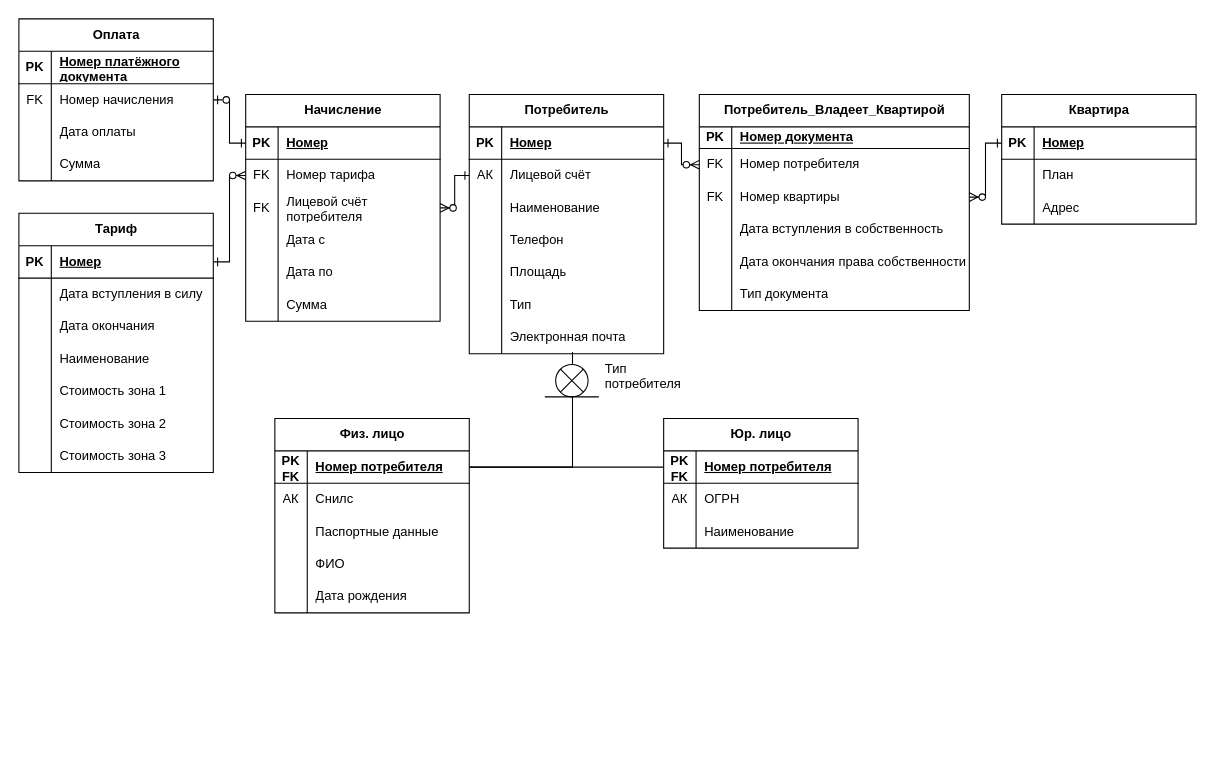
Earlier version of the draw.io diagram PBD/Z4/Diagrams/Логическая модель базы данных.drawio (Mutabona/4Semestr). Source tidied: cells renumbered, new cells numbered last; positions are measured from the earlier drawing's top-left corner, leaving out a move shared by most shapes. Both pictures are drawn from the tidied source at 108%, with x=0, y=0 at pixel (18, 18).
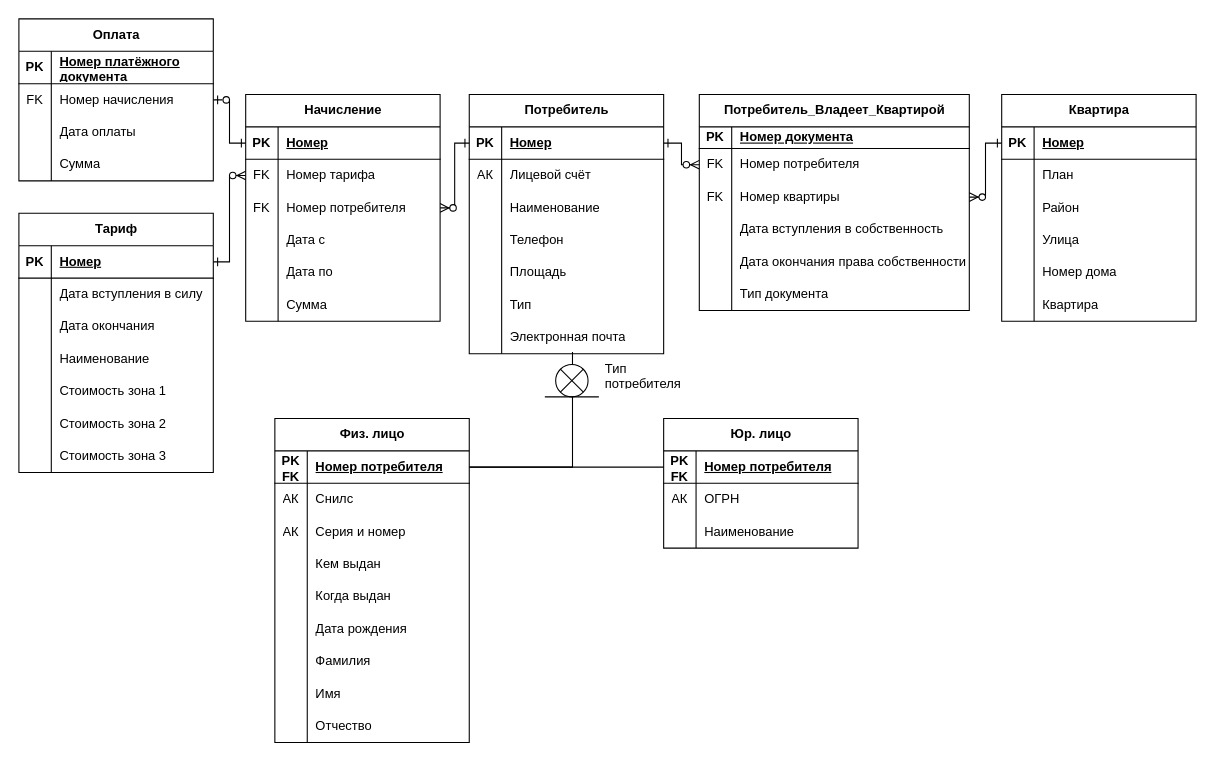
After the change.

The change refers to these unchanged cells:
```xml
<mxCell id="42" style="shape=tableRow;horizontal=0;startSize=0;swimlaneHead=0;swimlaneBody=0;fillColor=none;top=0;left=0;right=0;bottom=0;" parent="35" vertex="1">
  <mxGeometry y="90" width="180" height="30" as="geometry" />
</mxCell>
<mxCell id="54" style="shape=tableRow;horizontal=0;startSize=0;swimlaneHead=0;swimlaneBody=0;fillColor=none;points=[[0,0.5],[1,0.5]];portConstraint=eastwest;top=0;left=0;right=0;bottom=0;" parent="47" vertex="1">
  <mxGeometry y="90" width="180" height="30" as="geometry" />
</mxCell>
<mxCell id="68" style="shape=tableRow;horizontal=0;startSize=0;swimlaneHead=0;swimlaneBody=0;fillColor=none;points=[[0,0.5],[1,0.5]];portConstraint=eastwest;top=0;left=0;right=0;bottom=1;" parent="67" vertex="1">
  <mxGeometry y="30" width="180" height="30" as="geometry" />
</mxCell>
<mxCell id="71" style="shape=tableRow;horizontal=0;startSize=0;swimlaneHead=0;swimlaneBody=0;fillColor=none;points=[[0,0.5],[1,0.5]];portConstraint=eastwest;top=0;left=0;right=0;bottom=0;" parent="67" vertex="1">
  <mxGeometry y="60" width="180" height="30" as="geometry" />
</mxCell>
<mxCell id="96" style="shape=tableRow;horizontal=0;startSize=0;swimlaneHead=0;swimlaneBody=0;fillColor=none;top=0;left=0;right=0;bottom=0;" parent="89" vertex="1">
  <mxGeometry y="90" width="180" height="30" as="geometry" />
</mxCell>
```

The edit, as a diff of the source:
```diff
@@
     <mxCell id="35" value="Квартира" style="shape=table;startSize=30;childLayout=tableLayout;rowLines=0;fontStyle=1;align=center;html=1;" parent="1" vertex="1">
-      <mxGeometry x="910" y="70" width="180" height="120" as="geometry" />
+      <mxGeometry x="910" y="70" width="180" height="210" as="geometry" />
     </mxCell>
@@
-    <mxCell id="44" value="Адрес" style="shape=partialRectangle;fillColor=none;top=0;left=0;bottom=0;right=0;align=left;spacingLeft=6;overflow=hidden;whiteSpace=wrap;html=1;" parent="42" vertex="1">
+    <mxCell id="44" value="Район" style="shape=partialRectangle;fillColor=none;top=0;left=0;bottom=0;right=0;align=left;spacingLeft=6;overflow=hidden;whiteSpace=wrap;html=1;" parent="42" vertex="1">
       <mxGeometry x="30" width="150" height="30" as="geometry" />
     </mxCell>
+    <mxCell id="143" style="shape=tableRow;horizontal=0;startSize=0;swimlaneHead=0;swimlaneBody=0;fillColor=none;top=0;left=0;right=0;bottom=0;" parent="35" vertex="1">
+      <mxGeometry y="120" width="180" height="30" as="geometry" />
+    </mxCell>
+    <mxCell id="144" style="shape=partialRectangle;fillColor=none;top=0;left=0;bottom=0;right=0;overflow=hidden;whiteSpace=wrap;html=1;" parent="143" vertex="1">
+      <mxGeometry width="30" height="30" as="geometry" />
+    </mxCell>
+    <mxCell id="145" value="Улица" style="shape=partialRectangle;fillColor=none;top=0;left=0;bottom=0;right=0;align=left;spacingLeft=6;overflow=hidden;whiteSpace=wrap;html=1;" parent="143" vertex="1">
+      <mxGeometry x="30" width="150" height="30" as="geometry" />
+    </mxCell>
+    <mxCell id="146" style="shape=tableRow;horizontal=0;startSize=0;swimlaneHead=0;swimlaneBody=0;fillColor=none;top=0;left=0;right=0;bottom=0;" parent="35" vertex="1">
+      <mxGeometry y="150" width="180" height="30" as="geometry" />
+    </mxCell>
+    <mxCell id="147" style="shape=partialRectangle;fillColor=none;top=0;left=0;bottom=0;right=0;overflow=hidden;whiteSpace=wrap;html=1;" parent="146" vertex="1">
+      <mxGeometry width="30" height="30" as="geometry" />
+    </mxCell>
+    <mxCell id="148" value="Номер дома" style="shape=partialRectangle;fillColor=none;top=0;left=0;bottom=0;right=0;align=left;spacingLeft=6;overflow=hidden;whiteSpace=wrap;html=1;" parent="146" vertex="1">
+      <mxGeometry x="30" width="150" height="30" as="geometry" />
+    </mxCell>
+    <mxCell id="149" style="shape=tableRow;horizontal=0;startSize=0;swimlaneHead=0;swimlaneBody=0;fillColor=none;top=0;left=0;right=0;bottom=0;" parent="35" vertex="1">
+      <mxGeometry y="180" width="180" height="30" as="geometry" />
+    </mxCell>
+    <mxCell id="150" style="shape=partialRectangle;fillColor=none;top=0;left=0;bottom=0;right=0;overflow=hidden;whiteSpace=wrap;html=1;" parent="149" vertex="1">
+      <mxGeometry width="30" height="30" as="geometry" />
+    </mxCell>
+    <mxCell id="151" value="Квартира" style="shape=partialRectangle;fillColor=none;top=0;left=0;bottom=0;right=0;align=left;spacingLeft=6;overflow=hidden;whiteSpace=wrap;html=1;" parent="149" vertex="1">
+      <mxGeometry x="30" width="150" height="30" as="geometry" />
+    </mxCell>
@@
-    <mxCell id="56" value="Лицевой счёт потребителя" style="shape=partialRectangle;fillColor=none;top=0;left=0;bottom=0;right=0;align=left;spacingLeft=6;overflow=hidden;whiteSpace=wrap;html=1;" parent="54" vertex="1">
+    <mxCell id="56" value="Номер потребителя" style="shape=partialRectangle;fillColor=none;top=0;left=0;bottom=0;right=0;align=left;spacingLeft=6;overflow=hidden;whiteSpace=wrap;html=1;" parent="54" vertex="1">
       <mxGeometry x="30" width="150" height="30" as="geometry" />
     </mxCell>
@@
-    <mxCell id="66" style="edgeStyle=orthogonalEdgeStyle;fontSize=12;html=1;endArrow=ERzeroToMany;endFill=1;rounded=0;exitX=0;exitY=0.5;exitDx=0;exitDy=0;startArrow=ERone;startFill=0;entryX=1;entryY=0.5;entryDx=0;entryDy=0;" parent="1" edge="1" source="71" target="54">
+    <mxCell id="66" style="edgeStyle=orthogonalEdgeStyle;fontSize=12;html=1;endArrow=ERzeroToMany;endFill=1;rounded=0;exitX=0;exitY=0.5;exitDx=0;exitDy=0;startArrow=ERone;startFill=0;entryX=1;entryY=0.5;entryDx=0;entryDy=0;" parent="1" edge="1" source="68" target="54">
       <mxGeometry relative="1" as="geometry" />
     </mxCell>
@@
     <mxCell id="89" value="Физ. лицо" style="shape=table;startSize=30;childLayout=tableLayout;rowLines=0;fontStyle=1;align=center;html=1;" parent="1" vertex="1">
-      <mxGeometry x="237" y="370" width="180" height="180" as="geometry" />
+      <mxGeometry x="237" y="370" width="180" height="300" as="geometry" />
     </mxCell>
@@
-    <mxCell id="97" style="shape=partialRectangle;fillColor=none;top=0;left=0;bottom=0;right=0;overflow=hidden;whiteSpace=wrap;html=1;" parent="96" vertex="1">
+    <mxCell id="97" value="АК" style="shape=partialRectangle;fillColor=none;top=0;left=0;bottom=0;right=0;overflow=hidden;whiteSpace=wrap;html=1;" parent="96" vertex="1">
       <mxGeometry width="30" height="30" as="geometry" />
     </mxCell>
-    <mxCell id="98" value="Паспортные данные" style="shape=partialRectangle;fillColor=none;top=0;left=0;bottom=0;right=0;align=left;spacingLeft=6;overflow=hidden;whiteSpace=wrap;html=1;" parent="96" vertex="1">
+    <mxCell id="98" value="Серия и номер" style="shape=partialRectangle;fillColor=none;top=0;left=0;bottom=0;right=0;align=left;spacingLeft=6;overflow=hidden;whiteSpace=wrap;html=1;" parent="96" vertex="1">
       <mxGeometry x="30" width="150" height="30" as="geometry" />
     </mxCell>
+    <mxCell id="152" style="shape=tableRow;horizontal=0;startSize=0;swimlaneHead=0;swimlaneBody=0;fillColor=none;top=0;left=0;right=0;bottom=0;" parent="89" vertex="1">
+      <mxGeometry y="120" width="180" height="30" as="geometry" />
+    </mxCell>
+    <mxCell id="153" style="shape=partialRectangle;fillColor=none;top=0;left=0;bottom=0;right=0;overflow=hidden;whiteSpace=wrap;html=1;" parent="152" vertex="1">
+      <mxGeometry width="30" height="30" as="geometry" />
+    </mxCell>
+    <mxCell id="154" value="Кем выдан" style="shape=partialRectangle;fillColor=none;top=0;left=0;bottom=0;right=0;align=left;spacingLeft=6;overflow=hidden;whiteSpace=wrap;html=1;" parent="152" vertex="1">
+      <mxGeometry x="30" width="150" height="30" as="geometry" />
+    </mxCell>
+    <mxCell id="155" style="shape=tableRow;horizontal=0;startSize=0;swimlaneHead=0;swimlaneBody=0;fillColor=none;top=0;left=0;right=0;bottom=0;" parent="89" vertex="1">
+      <mxGeometry y="150" width="180" height="30" as="geometry" />
+    </mxCell>
+    <mxCell id="156" style="shape=partialRectangle;fillColor=none;top=0;left=0;bottom=0;right=0;overflow=hidden;whiteSpace=wrap;html=1;" parent="155" vertex="1">
+      <mxGeometry width="30" height="30" as="geometry" />
+    </mxCell>
+    <mxCell id="157" value="Когда выдан" style="shape=partialRectangle;fillColor=none;top=0;left=0;bottom=0;right=0;align=left;spacingLeft=6;overflow=hidden;whiteSpace=wrap;html=1;" parent="155" vertex="1">
+      <mxGeometry x="30" width="150" height="30" as="geometry" />
+    </mxCell>
+    <mxCell id="102" style="shape=tableRow;horizontal=0;startSize=0;swimlaneHead=0;swimlaneBody=0;fillColor=none;top=0;left=0;right=0;bottom=0;" parent="89" vertex="1">
+      <mxGeometry y="180" width="180" height="30" as="geometry" />
+    </mxCell>
+    <mxCell id="103" style="shape=partialRectangle;fillColor=none;top=0;left=0;bottom=0;right=0;overflow=hidden;whiteSpace=wrap;html=1;" parent="102" vertex="1">
+      <mxGeometry width="30" height="30" as="geometry" />
+    </mxCell>
+    <mxCell id="104" value="Дата рождения" style="shape=partialRectangle;fillColor=none;top=0;left=0;bottom=0;right=0;align=left;spacingLeft=6;overflow=hidden;whiteSpace=wrap;html=1;" parent="102" vertex="1">
+      <mxGeometry x="30" width="150" height="30" as="geometry" />
+    </mxCell>
     <mxCell id="99" style="shape=tableRow;horizontal=0;startSize=0;swimlaneHead=0;swimlaneBody=0;fillColor=none;top=0;left=0;right=0;bottom=0;" parent="89" vertex="1">
-      <mxGeometry y="120" width="180" height="30" as="geometry" />
+      <mxGeometry y="210" width="180" height="30" as="geometry" />
     </mxCell>
@@
-    <mxCell id="101" value="ФИО" style="shape=partialRectangle;fillColor=none;top=0;left=0;bottom=0;right=0;align=left;spacingLeft=6;overflow=hidden;whiteSpace=wrap;html=1;" parent="99" vertex="1">
+    <mxCell id="101" value="Фамилия" style="shape=partialRectangle;fillColor=none;top=0;left=0;bottom=0;right=0;align=left;spacingLeft=6;overflow=hidden;whiteSpace=wrap;html=1;" parent="99" vertex="1">
       <mxGeometry x="30" width="150" height="30" as="geometry" />
     </mxCell>
-    <mxCell id="102" style="shape=tableRow;horizontal=0;startSize=0;swimlaneHead=0;swimlaneBody=0;fillColor=none;top=0;left=0;right=0;bottom=0;" parent="89" vertex="1">
-      <mxGeometry y="150" width="180" height="30" as="geometry" />
-    </mxCell>
-    <mxCell id="103" style="shape=partialRectangle;fillColor=none;top=0;left=0;bottom=0;right=0;overflow=hidden;whiteSpace=wrap;html=1;" parent="102" vertex="1">
-      <mxGeometry width="30" height="30" as="geometry" />
-    </mxCell>
-    <mxCell id="104" value="Дата рождения" style="shape=partialRectangle;fillColor=none;top=0;left=0;bottom=0;right=0;align=left;spacingLeft=6;overflow=hidden;whiteSpace=wrap;html=1;" parent="102" vertex="1">
-      <mxGeometry x="30" width="150" height="30" as="geometry" />
-    </mxCell>
+    <mxCell id="158" style="shape=tableRow;horizontal=0;startSize=0;swimlaneHead=0;swimlaneBody=0;fillColor=none;top=0;left=0;right=0;bottom=0;" parent="89" vertex="1">
+      <mxGeometry y="240" width="180" height="30" as="geometry" />
+    </mxCell>
+    <mxCell id="159" style="shape=partialRectangle;fillColor=none;top=0;left=0;bottom=0;right=0;overflow=hidden;whiteSpace=wrap;html=1;" parent="158" vertex="1">
+      <mxGeometry width="30" height="30" as="geometry" />
+    </mxCell>
+    <mxCell id="160" value="Имя" style="shape=partialRectangle;fillColor=none;top=0;left=0;bottom=0;right=0;align=left;spacingLeft=6;overflow=hidden;whiteSpace=wrap;html=1;" parent="158" vertex="1">
+      <mxGeometry x="30" width="150" height="30" as="geometry" />
+    </mxCell>
+    <mxCell id="161" style="shape=tableRow;horizontal=0;startSize=0;swimlaneHead=0;swimlaneBody=0;fillColor=none;top=0;left=0;right=0;bottom=0;" parent="89" vertex="1">
+      <mxGeometry y="270" width="180" height="30" as="geometry" />
+    </mxCell>
+    <mxCell id="162" style="shape=partialRectangle;fillColor=none;top=0;left=0;bottom=0;right=0;overflow=hidden;whiteSpace=wrap;html=1;" parent="161" vertex="1">
+      <mxGeometry width="30" height="30" as="geometry" />
+    </mxCell>
+    <mxCell id="163" value="Отчество" style="shape=partialRectangle;fillColor=none;top=0;left=0;bottom=0;right=0;align=left;spacingLeft=6;overflow=hidden;whiteSpace=wrap;html=1;" parent="161" vertex="1">
+      <mxGeometry x="30" width="150" height="30" as="geometry" />
+    </mxCell>
```
